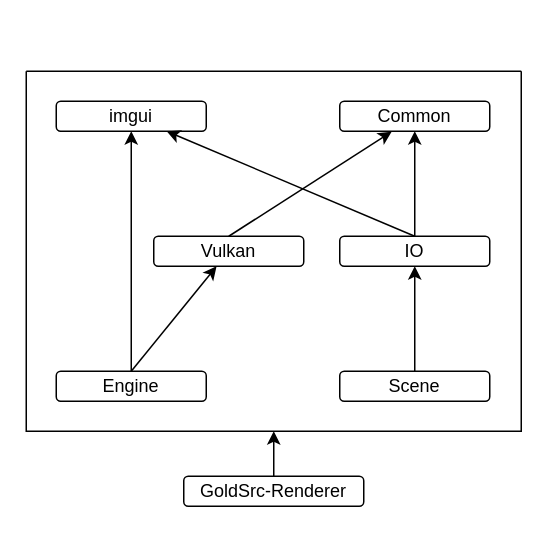
The draw.io diagram page "模块依赖" (3 of 4) of Doc/SequenceGraph.drawio in AllocBlock/goldsrc-renderer, before the edit. Source tidied: cells renumbered, new cells numbered last; positions are measured from the earlier drawing's top-left corner, leaving out a move shared by most shapes. Both pictures are drawn from the tidied source at 150%, with x=0, y=0 at pixel (26, 70).
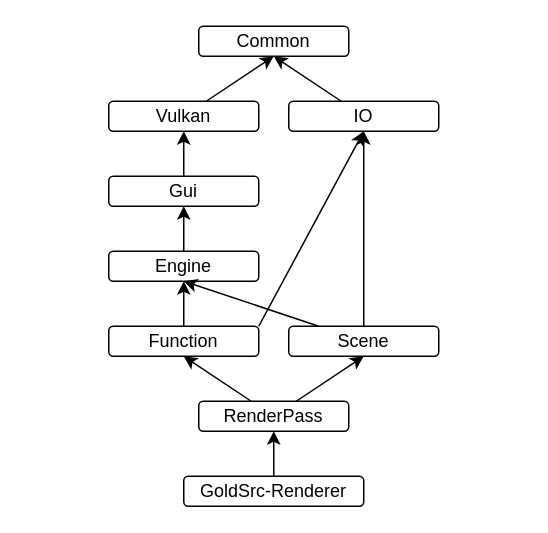
Above is the later version.

Unchanged cells that the change refers to:
```xml
<mxCell id="2" value="GoldSrc-Renderer" style="rounded=1;whiteSpace=wrap;html=1;" parent="1" vertex="1">
  <mxGeometry x="105" y="270" width="120" height="20" as="geometry" />
</mxCell>
```

Change to the diagram source:
```diff
@@
+    <mxCell id="17" style="edgeStyle=none;shape=connector;rounded=0;jettySize=auto;html=1;entryX=0.5;entryY=1;entryDx=0;entryDy=0;labelBackgroundColor=default;strokeColor=default;fontFamily=Helvetica;fontSize=11;fontColor=default;endArrow=classic;" parent="1" edge="1" source="2" target="25">
+      <mxGeometry relative="1" as="geometry" />
+    </mxCell>
@@
-    <mxCell id="3" style="swimlane;startSize=0;" parent="1" vertex="1">
-      <mxGeometry width="330" height="240" as="geometry" />
-    </mxCell>
-    <mxCell id="4" value="Common" style="rounded=1;whiteSpace=wrap;html=1;" parent="3" vertex="1">
-      <mxGeometry x="209" y="20" width="100" height="20" as="geometry" />
+    <mxCell id="4" value="Common" style="rounded=1;whiteSpace=wrap;html=1;" parent="1" vertex="1">
+      <mxGeometry x="115" y="-30" width="100" height="20" as="geometry" />
     </mxCell>
+    <mxCell id="13" style="edgeStyle=none;shape=connector;rounded=0;jettySize=auto;html=1;entryX=0.5;entryY=1;entryDx=0;entryDy=0;labelBackgroundColor=default;strokeColor=default;fontFamily=Helvetica;fontSize=11;fontColor=default;endArrow=classic;" parent="1" edge="1" source="5" target="6">
+      <mxGeometry relative="1" as="geometry" />
+    </mxCell>
-    <mxCell id="5" value="Engine" style="rounded=1;whiteSpace=wrap;html=1;" parent="3" vertex="1">
-      <mxGeometry x="20" y="200" width="100" height="20" as="geometry" />
+    <mxCell id="5" value="Engine" style="rounded=1;whiteSpace=wrap;html=1;" parent="1" vertex="1">
+      <mxGeometry x="55" y="120" width="100" height="20" as="geometry" />
     </mxCell>
+    <mxCell id="18" style="edgeStyle=none;shape=connector;rounded=0;jettySize=auto;html=1;entryX=0.5;entryY=1;entryDx=0;entryDy=0;labelBackgroundColor=default;strokeColor=default;fontFamily=Helvetica;fontSize=11;fontColor=default;endArrow=classic;" parent="1" edge="1" source="6" target="9">
+      <mxGeometry relative="1" as="geometry" />
+    </mxCell>
-    <mxCell id="6" value="imgui" style="rounded=1;whiteSpace=wrap;html=1;" parent="3" vertex="1">
-      <mxGeometry x="20" y="20" width="100" height="20" as="geometry" />
+    <mxCell id="6" value="Gui" style="rounded=1;whiteSpace=wrap;html=1;" parent="1" vertex="1">
+      <mxGeometry x="55" y="70" width="100" height="20" as="geometry" />
     </mxCell>
+    <mxCell id="11" style="edgeStyle=none;shape=connector;rounded=0;jettySize=auto;html=1;entryX=0.5;entryY=1;entryDx=0;entryDy=0;labelBackgroundColor=default;strokeColor=default;fontFamily=Helvetica;fontSize=11;fontColor=default;endArrow=classic;" parent="1" edge="1" source="7" target="4">
+      <mxGeometry relative="1" as="geometry" />
+    </mxCell>
-    <mxCell id="7" value="IO" style="rounded=1;whiteSpace=wrap;html=1;" parent="3" vertex="1">
-      <mxGeometry x="209" y="110" width="100" height="20" as="geometry" />
+    <mxCell id="7" value="IO" style="rounded=1;whiteSpace=wrap;html=1;" parent="1" vertex="1">
+      <mxGeometry x="175" y="20" width="100" height="20" as="geometry" />
     </mxCell>
+    <mxCell id="19" style="edgeStyle=none;shape=connector;rounded=0;jettySize=auto;html=1;entryX=0.5;entryY=1;entryDx=0;entryDy=0;labelBackgroundColor=default;strokeColor=default;fontFamily=Helvetica;fontSize=11;fontColor=default;endArrow=classic;" parent="1" edge="1" source="8" target="5">
+      <mxGeometry relative="1" as="geometry" />
+    </mxCell>
+    <mxCell id="15" style="edgeStyle=none;shape=connector;rounded=0;jettySize=auto;html=1;entryX=0.5;entryY=1;entryDx=0;entryDy=0;labelBackgroundColor=default;strokeColor=default;fontFamily=Helvetica;fontSize=11;fontColor=default;endArrow=classic;" parent="1" edge="1" source="8" target="7">
+      <mxGeometry relative="1" as="geometry" />
+    </mxCell>
-    <mxCell id="8" value="Scene" style="rounded=1;whiteSpace=wrap;html=1;" parent="3" vertex="1">
-      <mxGeometry x="209" y="200" width="100" height="20" as="geometry" />
+    <mxCell id="8" value="Scene" style="rounded=1;whiteSpace=wrap;html=1;" parent="1" vertex="1">
+      <mxGeometry x="175" y="170" width="100" height="20" as="geometry" />
     </mxCell>
+    <mxCell id="12" style="edgeStyle=none;shape=connector;rounded=0;jettySize=auto;html=1;entryX=0.5;entryY=1;entryDx=0;entryDy=0;labelBackgroundColor=default;strokeColor=default;fontFamily=Helvetica;fontSize=11;fontColor=default;endArrow=classic;" parent="1" edge="1" source="9" target="4">
+      <mxGeometry relative="1" as="geometry" />
+    </mxCell>
-    <mxCell id="9" value="Vulkan" style="rounded=1;whiteSpace=wrap;html=1;" parent="3" vertex="1">
-      <mxGeometry x="85" y="110" width="100" height="20" as="geometry" />
+    <mxCell id="9" value="Vulkan" style="rounded=1;whiteSpace=wrap;html=1;" parent="1" vertex="1">
+      <mxGeometry x="55" y="20" width="100" height="20" as="geometry" />
     </mxCell>
-    <mxCell id="10" style="endArrow=classic;html=1;rounded=0;strokeColor=default;exitX=0.5;exitY=0;exitDx=0;exitDy=0;" parent="3" edge="1" source="7" target="6">
-      <mxGeometry relative="1" as="geometry" />
-    </mxCell>
-    <mxCell id="11" style="endArrow=classic;html=1;rounded=0;strokeColor=default;exitX=0.5;exitY=0;exitDx=0;exitDy=0;" parent="3" edge="1" source="7" target="4">
-      <mxGeometry relative="1" as="geometry" />
-    </mxCell>
-    <mxCell id="12" style="endArrow=classic;html=1;rounded=0;strokeColor=default;exitX=0.5;exitY=0;exitDx=0;exitDy=0;entryX=0.346;entryY=1.014;entryDx=0;entryDy=0;entryPerimeter=0;" parent="3" edge="1" source="9" target="4">
-      <mxGeometry relative="1" as="geometry" />
-    </mxCell>
-    <mxCell id="13" style="endArrow=classic;html=1;rounded=0;strokeColor=default;exitX=0.5;exitY=0;exitDx=0;exitDy=0;" parent="3" edge="1" source="5" target="6">
-      <mxGeometry relative="1" as="geometry" />
-    </mxCell>
-    <mxCell id="14" style="endArrow=classic;html=1;rounded=0;strokeColor=default;exitX=0.5;exitY=0;exitDx=0;exitDy=0;" parent="3" edge="1" source="5" target="9">
-      <mxGeometry relative="1" as="geometry" />
-    </mxCell>
-    <mxCell id="15" style="endArrow=classic;html=1;rounded=0;strokeColor=default;exitX=0.5;exitY=0;exitDx=0;exitDy=0;" parent="3" edge="1" source="8" target="7">
-      <mxGeometry relative="1" as="geometry" />
-    </mxCell>
-    <mxCell id="16" style="endArrow=classic;html=1;rounded=0;strokeColor=default;exitX=0.5;exitY=0;exitDx=0;exitDy=0;" parent="1" edge="1" source="2" target="3">
-      <mxGeometry relative="1" as="geometry" />
-    </mxCell>
+    <mxCell id="20" style="edgeStyle=none;shape=connector;rounded=0;jettySize=auto;html=1;entryX=0.5;entryY=1;entryDx=0;entryDy=0;labelBackgroundColor=default;strokeColor=default;fontFamily=Helvetica;fontSize=11;fontColor=default;endArrow=classic;" parent="1" edge="1" source="22" target="5">
+      <mxGeometry relative="1" as="geometry" />
+    </mxCell>
+    <mxCell id="21" style="edgeStyle=none;shape=connector;rounded=0;jettySize=auto;html=1;entryX=0.5;entryY=1;entryDx=0;entryDy=0;labelBackgroundColor=default;strokeColor=default;fontFamily=Helvetica;fontSize=11;fontColor=default;endArrow=classic;exitX=1;exitY=0;exitDx=0;exitDy=0;" parent="1" edge="1" source="22" target="7">
+      <mxGeometry relative="1" as="geometry" />
+    </mxCell>
+    <mxCell id="22" value="Function" style="rounded=1;whiteSpace=wrap;html=1;" parent="1" vertex="1">
+      <mxGeometry x="55" y="170" width="100" height="20" as="geometry" />
+    </mxCell>
+    <mxCell id="23" style="edgeStyle=none;shape=connector;rounded=0;jettySize=auto;html=1;entryX=0.5;entryY=1;entryDx=0;entryDy=0;labelBackgroundColor=default;strokeColor=default;fontFamily=Helvetica;fontSize=11;fontColor=default;endArrow=classic;" parent="1" edge="1" source="25" target="22">
+      <mxGeometry relative="1" as="geometry" />
+    </mxCell>
+    <mxCell id="24" style="edgeStyle=none;shape=connector;rounded=0;jettySize=auto;html=1;entryX=0.5;entryY=1;entryDx=0;entryDy=0;labelBackgroundColor=default;strokeColor=default;fontFamily=Helvetica;fontSize=11;fontColor=default;endArrow=classic;" parent="1" edge="1" source="25" target="8">
+      <mxGeometry relative="1" as="geometry" />
+    </mxCell>
+    <mxCell id="25" value="RenderPass" style="rounded=1;whiteSpace=wrap;html=1;" parent="1" vertex="1">
+      <mxGeometry x="115" y="220" width="100" height="20" as="geometry" />
+    </mxCell>
```
